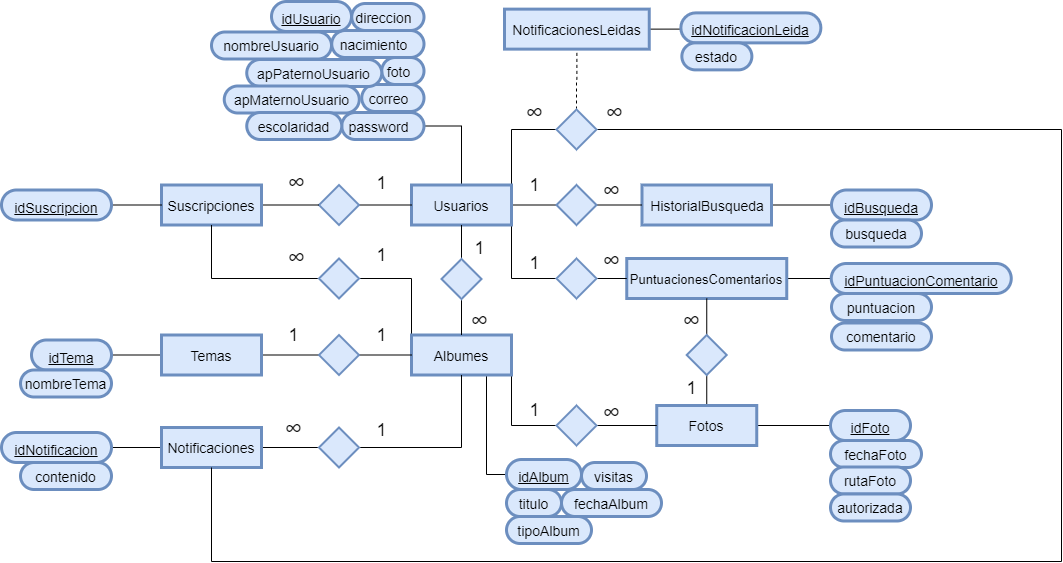
Before: Documentacion/Diagrama Entidad-Relación Proyecto.png, a diagram exported from draw.io (CesarArellano/Virtual-Albums). Source tidied: cells renumbered, new cells last; positions are measured from the earlier drawing's top-left corner, leaving out a move shared by most shapes.
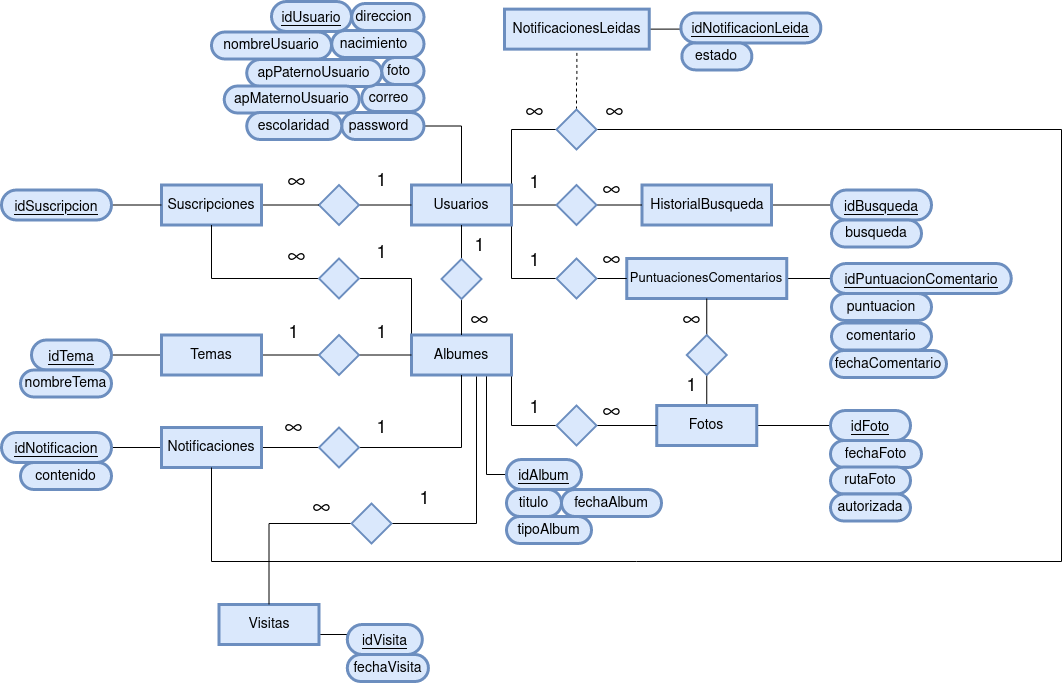
Later version of the same file.

Commit message:
Añadiendo nuevo esquema de la BD

Change to the diagram source:
```diff
@@ -110,9 +110,6 @@
     <mxCell id="37" value="Suscripciones" style="rounded=0;whiteSpace=wrap;html=1;fillColor=#dae8fc;strokeColor=#6c8ebf;fontFamily=Helvetica;fontSize=14;strokeWidth=3;align=center;shadow=0;comic=0;" parent="1" vertex="1">
       <mxGeometry x="160" y="183.5" width="100" height="40" as="geometry" />
     </mxCell>
-    <mxCell id="38" value="&lt;font style=&quot;font-size: 14px&quot;&gt;visitas&lt;br&gt;&lt;/font&gt;" style="rounded=1;whiteSpace=wrap;html=1;arcSize=50;fillColor=#dae8fc;strokeColor=#6c8ebf;strokeWidth=3;fontFamily=Helvetica;align=center;shadow=0;comic=0;" parent="1" vertex="1">
-      <mxGeometry x="580" y="461" width="65" height="27" as="geometry" />
-    </mxCell>
     <mxCell id="39" style="edgeStyle=orthogonalEdgeStyle;rounded=0;jettySize=auto;html=1;exitX=0.5;exitY=0;exitDx=0;exitDy=0;entryX=0.5;entryY=1;entryDx=0;entryDy=0;endArrow=none;endFill=0;fontFamily=Helvetica;align=center;shadow=0;comic=0;" parent="1" edge="1" source="40" target="29">
       <mxGeometry relative="1" as="geometry" />
     </mxCell>
@@ -313,5 +310,40 @@
     <mxCell id="102" value="&lt;font style=&quot;font-size: 14px&quot;&gt;autorizada&lt;/font&gt;" style="rounded=1;whiteSpace=wrap;html=1;arcSize=50;fillColor=#dae8fc;strokeColor=#6c8ebf;strokeWidth=3;fontFamily=Helvetica;align=center;shadow=0;comic=0;" parent="1" vertex="1">
       <mxGeometry x="829" y="492.5" width="80" height="27" as="geometry" />
     </mxCell>
+    <mxCell id="103" value="&lt;font style=&quot;font-size: 14px&quot;&gt;fechaC&lt;font style=&quot;font-size: 14px&quot;&gt;omentario&lt;/font&gt;&lt;/font&gt;" style="rounded=1;whiteSpace=wrap;html=1;arcSize=50;fillColor=#dae8fc;strokeColor=#6c8ebf;strokeWidth=3;fontFamily=Helvetica;align=center;shadow=0;comic=0;" parent="1" vertex="1">
+      <mxGeometry x="829" y="349" width="116" height="27" as="geometry" />
+    </mxCell>
+    <mxCell id="104" style="edgeStyle=orthogonalEdgeStyle;rounded=0;jettySize=auto;html=1;exitX=1;exitY=0.25;exitDx=0;exitDy=0;entryX=0;entryY=0.5;entryDx=0;entryDy=0;endArrow=none;endFill=0;" parent="1" edge="1" source="105" target="111">
+      <mxGeometry relative="1" as="geometry">
+        <Array as="points">
+          <mxPoint x="318" y="633" />
+          <mxPoint x="346" y="633" />
+        </Array>
+      </mxGeometry>
+    </mxCell>
+    <mxCell id="105" value="&lt;div&gt;Visitas&lt;/div&gt;" style="rounded=0;whiteSpace=wrap;html=1;fillColor=#dae8fc;strokeColor=#6c8ebf;fontFamily=Helvetica;fontSize=14;strokeWidth=3;align=center;shadow=0;comic=0;" parent="1" vertex="1">
+      <mxGeometry x="217.5" y="603" width="100" height="40" as="geometry" />
+    </mxCell>
+    <mxCell id="106" style="edgeStyle=orthogonalEdgeStyle;rounded=0;jettySize=auto;html=1;exitX=0;exitY=0.5;exitDx=0;exitDy=0;endArrow=none;endFill=0;" parent="1" edge="1" source="108" target="105">
+      <mxGeometry relative="1" as="geometry" />
+    </mxCell>
+    <mxCell id="107" style="edgeStyle=orthogonalEdgeStyle;rounded=0;jettySize=auto;html=1;exitX=1;exitY=0.5;exitDx=0;exitDy=0;entryX=0.65;entryY=1.038;entryDx=0;entryDy=0;entryPerimeter=0;endArrow=none;endFill=0;" parent="1" edge="1" source="108" target="14">
+      <mxGeometry relative="1" as="geometry" />
+    </mxCell>
+    <mxCell id="108" style="rhombus;whiteSpace=wrap;html=1;fillColor=#dae8fc;strokeColor=#6c8ebf;strokeWidth=2;fontFamily=Helvetica;align=center;shadow=0;comic=0;" parent="1" vertex="1">
+      <mxGeometry x="350" y="502" width="40" height="40" as="geometry" />
+    </mxCell>
+    <mxCell id="109" value="&lt;font style=&quot;font-size: 18px&quot;&gt;1&lt;/font&gt;" style="text;html=1;fontSize=25;fontFamily=Helvetica;align=center;shadow=0;comic=0;" parent="1" vertex="1">
+      <mxGeometry x="410" y="475" width="25" height="40" as="geometry" />
+    </mxCell>
+    <mxCell id="110" value="&lt;font style=&quot;font-size: 25px;&quot;&gt;∞&lt;/font&gt;" style="text;html=1;fontSize=25;fontFamily=Helvetica;align=center;shadow=0;comic=0;" parent="1" vertex="1">
+      <mxGeometry x="310" y="485" width="20" height="30" as="geometry" />
+    </mxCell>
+    <mxCell id="111" value="&lt;span style=&quot;font-size: 14px&quot;&gt;idVisita&lt;/span&gt;" style="rounded=1;whiteSpace=wrap;html=1;shadow=0;glass=0;comic=0;strokeWidth=3;fontSize=23;fillColor=#dae8fc;strokeColor=#6c8ebf;arcSize=50;fontStyle=4;fontFamily=Helvetica;align=center;" parent="1" vertex="1">
+      <mxGeometry x="345.8" y="623" width="75" height="30" as="geometry" />
+    </mxCell>
+    <mxCell id="112" value="&lt;font style=&quot;font-size: 14px&quot;&gt;fechaVisita&lt;/font&gt;" style="rounded=1;whiteSpace=wrap;html=1;arcSize=50;fillColor=#dae8fc;strokeColor=#6c8ebf;strokeWidth=3;fontFamily=Helvetica;align=center;shadow=0;comic=0;" parent="1" vertex="1">
+      <mxGeometry x="345.8" y="653" width="81.1" height="27" as="geometry" />
+    </mxCell>
   </root>
 </mxGraphModel>
```
